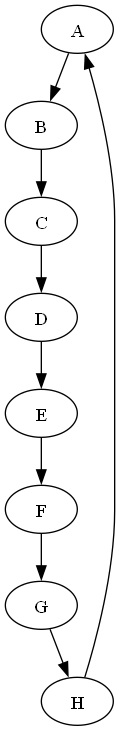
RudyReyes28/TravelMapGT keeps this Graphviz diagram as graph.png. Above is the earlier version. Its source is kept beside it as graph.dot.
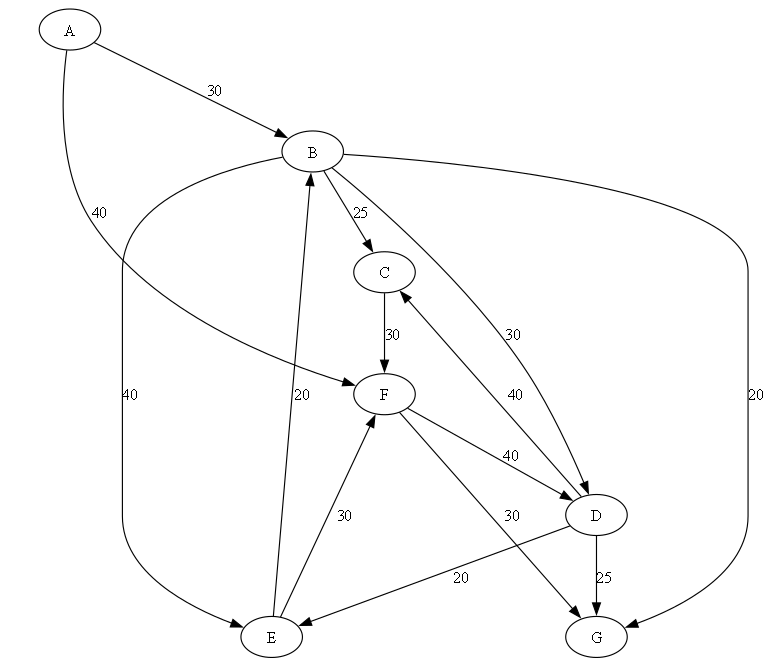
The same file after the commit.

Change to the diagram source:
```diff
@@ -1,10 +1,17 @@
 digraph G {
-A->B
-B->C
-C->D
-D->E
-E->F
-F->G
-G->H
-H->A
+size="8,8";
+A->B[label="30"];
+A->F[label="40"];
+B->C[label="25"];
+B->G[label="20"];
+B->D[label="30"];
+B->E[label="40"];
+C->F[label="30"];
+D->C[label="40"];
+D->G[label="25"];
+D->E[label="20"];
+E->B[label="20"];
+E->F[label="30"];
+F->D[label="40"];
+F->G[label="30"];
 }
```
